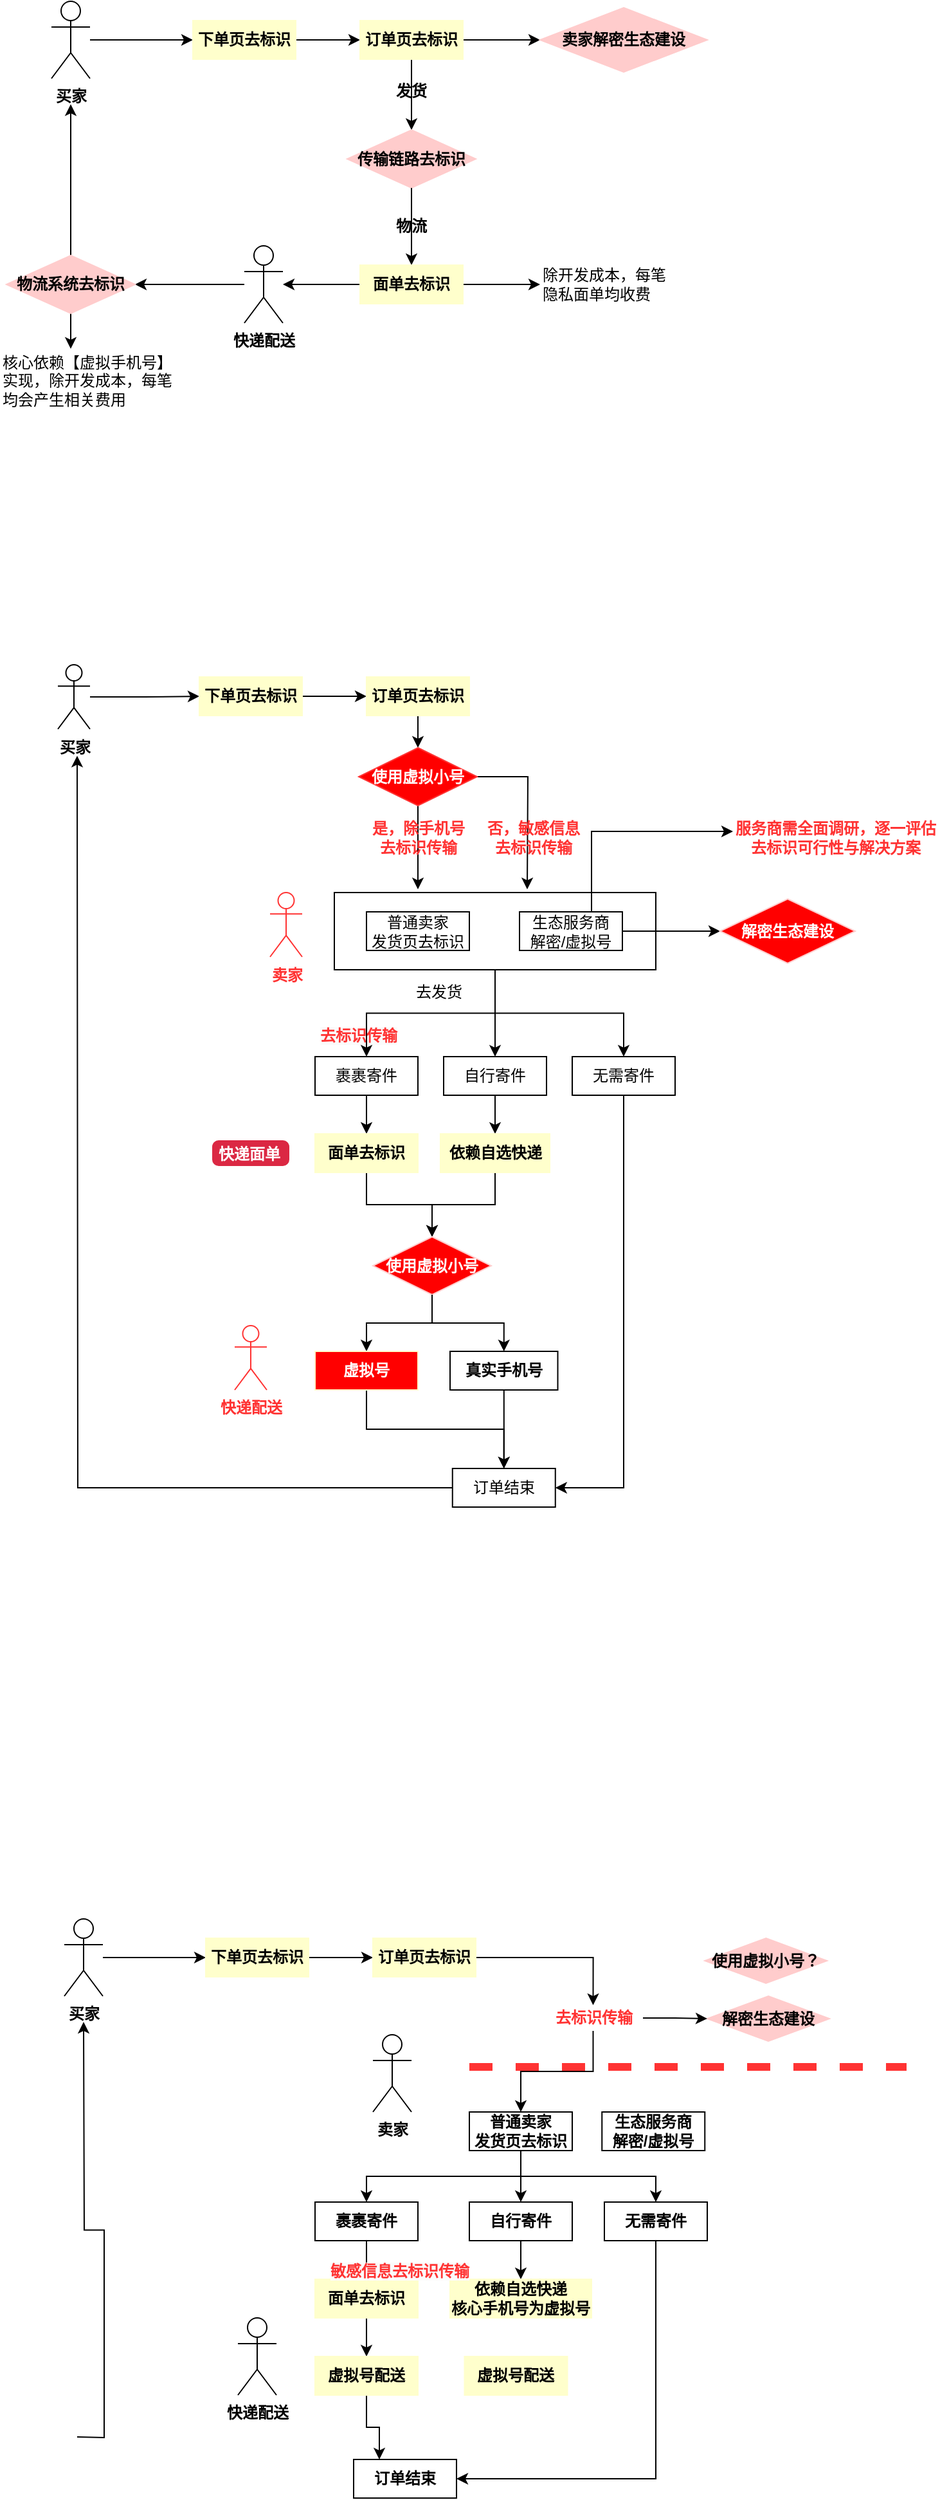
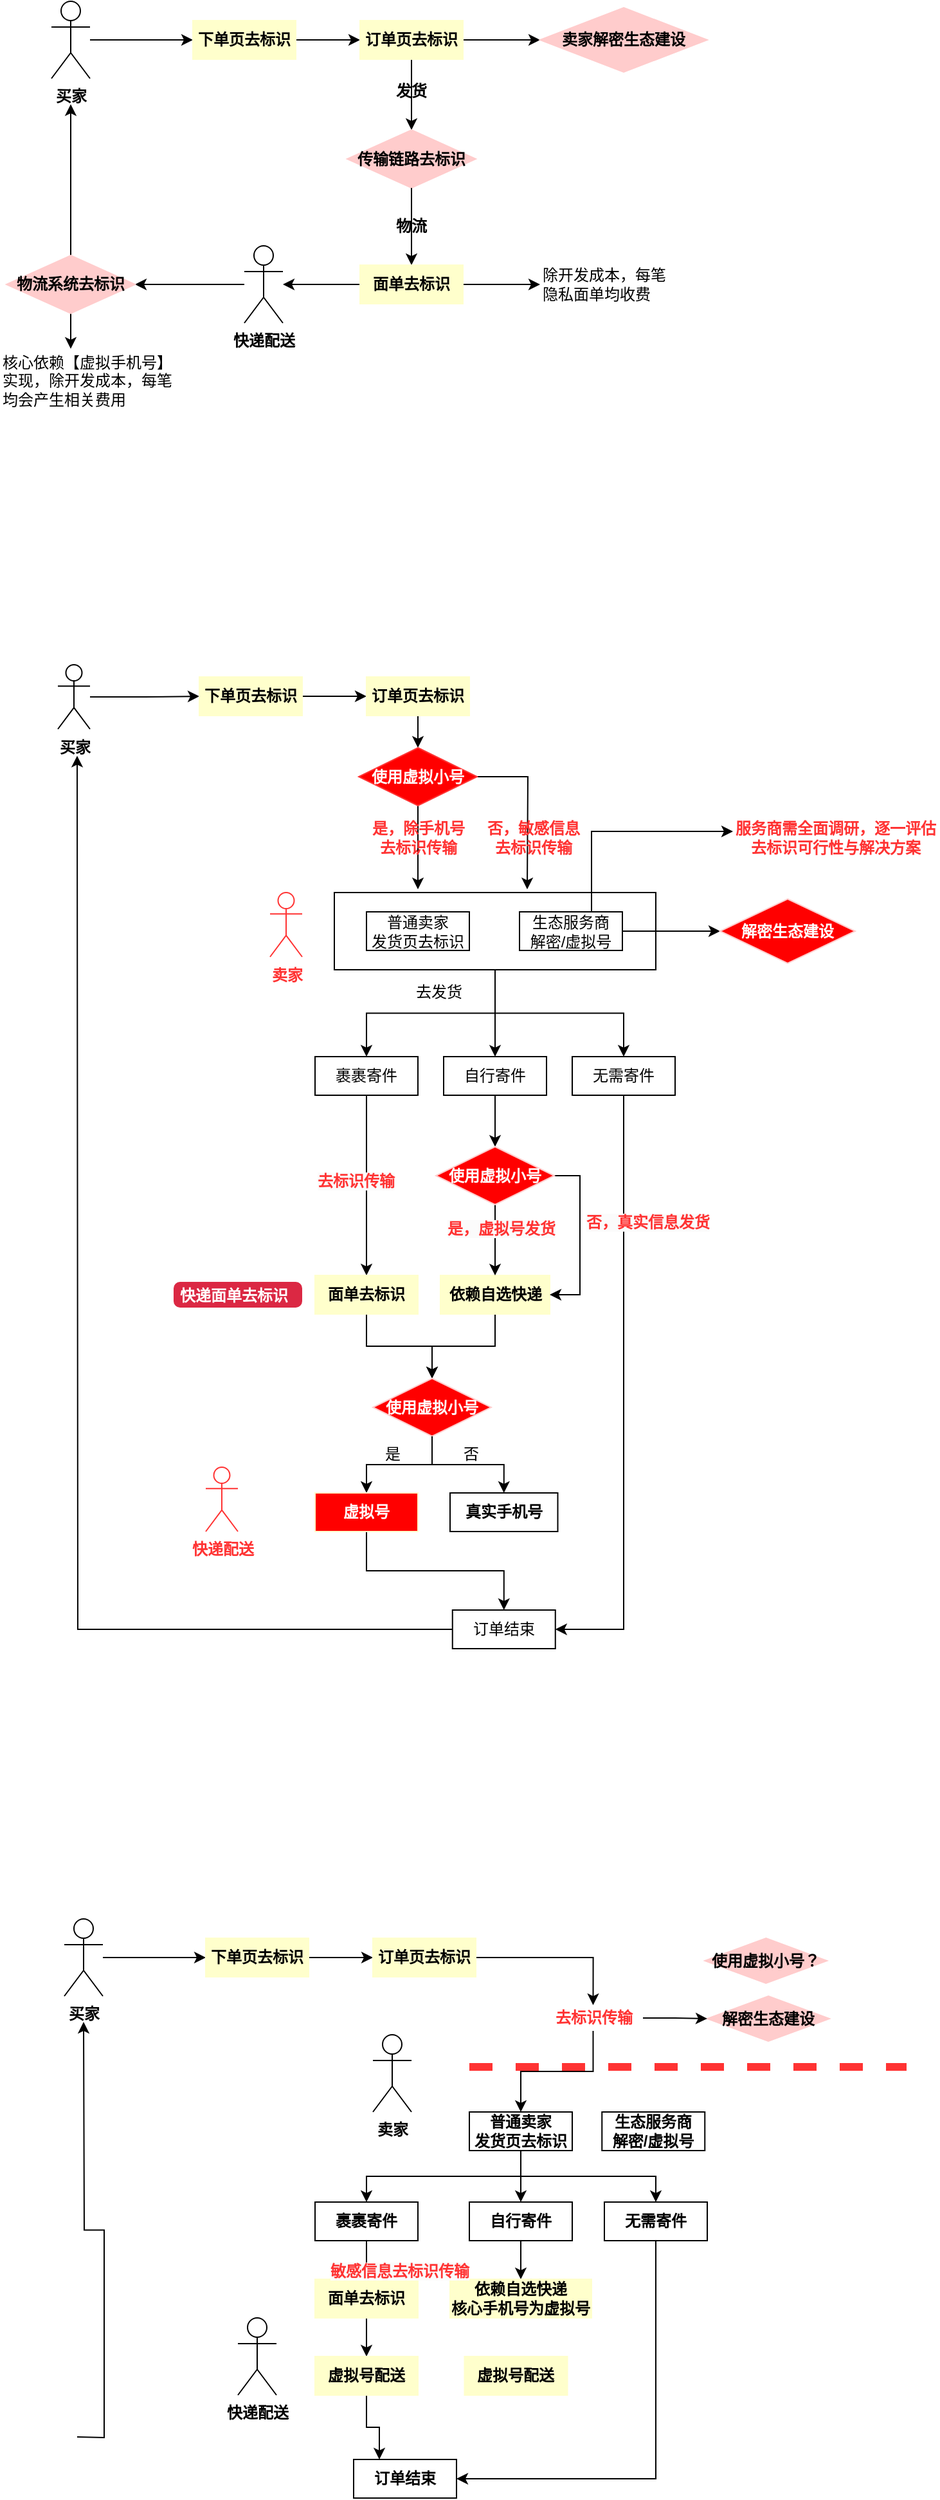
- <mxfile host="app.diagrams.net" modified="2023-04-21T11:15:40.461Z" agent="Mozilla/5.0 (Windows NT 10.0; Win64; x64) AppleWebKit/537.36 (KHTML, like Gecko) Chrome/111.0.0.0 Safari/537.36" etag="QFnE9M7NH_zGZadv02hb" version="21.1.9" type="github">
+ <mxfile host="app.diagrams.net" modified="2023-04-23T02:32:27.746Z" agent="Mozilla/5.0 (Windows NT 10.0; Win64; x64) AppleWebKit/537.36 (KHTML, like Gecko) Chrome/111.0.0.0 Safari/537.36" etag="9EcG8cEObECtFsAUSUBb" version="21.1.9" type="github">
  <diagram name="第 1 页" id="aanUVPx4WIzEpLqVYhF_">
-     <mxGraphModel dx="1591" dy="689" grid="1" gridSize="10" guides="1" tooltips="1" connect="1" arrows="1" fold="1" page="1" pageScale="1" pageWidth="827" pageHeight="1169" math="0" shadow="0">
+     <mxGraphModel dx="2585" dy="1120" grid="1" gridSize="10" guides="1" tooltips="1" connect="1" arrows="1" fold="1" page="1" pageScale="1" pageWidth="827" pageHeight="1169" math="0" shadow="0">
      <root>
        <mxCell id="0" />
        <mxCell id="1" parent="0" />
        <mxCell id="WPPz5tLrH9mSIzY0fz3E-235" value="" style="rounded=0;whiteSpace=wrap;html=1;strokeColor=#000000;" vertex="1" parent="1">
          <mxGeometry x="270" y="782.5" width="250" height="60" as="geometry" />
        </mxCell>
        <mxCell id="98otKMDiTqC_xNDXeA3z-3" style="edgeStyle=orthogonalEdgeStyle;rounded=0;orthogonalLoop=1;jettySize=auto;html=1;entryX=0;entryY=0.5;entryDx=0;entryDy=0;fontStyle=1" parent="1" source="98otKMDiTqC_xNDXeA3z-1" target="98otKMDiTqC_xNDXeA3z-2" edge="1">
          <mxGeometry relative="1" as="geometry" />
        </mxCell>
        <mxCell id="98otKMDiTqC_xNDXeA3z-1" value="买家" style="shape=umlActor;verticalLabelPosition=bottom;verticalAlign=top;html=1;outlineConnect=0;fontStyle=1" parent="1" vertex="1">
          <mxGeometry x="50" y="90" width="30" height="60" as="geometry" />
        </mxCell>
        <mxCell id="98otKMDiTqC_xNDXeA3z-6" style="edgeStyle=orthogonalEdgeStyle;rounded=0;orthogonalLoop=1;jettySize=auto;html=1;fontStyle=1" parent="1" source="98otKMDiTqC_xNDXeA3z-2" target="98otKMDiTqC_xNDXeA3z-5" edge="1">
          <mxGeometry relative="1" as="geometry" />
        </mxCell>
        <mxCell id="98otKMDiTqC_xNDXeA3z-2" value="下单页去标识" style="rounded=0;whiteSpace=wrap;html=1;fillColor=#FFFFCC;strokeColor=#FFFFCC;fontStyle=1" parent="1" vertex="1">
          <mxGeometry x="160" y="105" width="80" height="30" as="geometry" />
        </mxCell>
        <mxCell id="98otKMDiTqC_xNDXeA3z-17" value="" style="edgeStyle=orthogonalEdgeStyle;rounded=0;orthogonalLoop=1;jettySize=auto;html=1;fontStyle=1" parent="1" source="98otKMDiTqC_xNDXeA3z-5" target="98otKMDiTqC_xNDXeA3z-16" edge="1">
          <mxGeometry relative="1" as="geometry" />
        </mxCell>
        <mxCell id="98otKMDiTqC_xNDXeA3z-46" style="edgeStyle=orthogonalEdgeStyle;rounded=0;orthogonalLoop=1;jettySize=auto;html=1;entryX=0.5;entryY=0;entryDx=0;entryDy=0;exitX=0.5;exitY=1;exitDx=0;exitDy=0;fontStyle=1" parent="1" source="98otKMDiTqC_xNDXeA3z-5" target="98otKMDiTqC_xNDXeA3z-19" edge="1">
          <mxGeometry relative="1" as="geometry">
            <mxPoint x="370" y="140" as="sourcePoint" />
          </mxGeometry>
        </mxCell>
        <mxCell id="98otKMDiTqC_xNDXeA3z-5" value="订单页去标识" style="rounded=0;whiteSpace=wrap;html=1;fillColor=#FFFFCC;strokeColor=#FFFFCC;fontStyle=1" parent="1" vertex="1">
          <mxGeometry x="290" y="105" width="80" height="30" as="geometry" />
        </mxCell>
        <mxCell id="98otKMDiTqC_xNDXeA3z-16" value="卖家解密生态建设" style="rhombus;whiteSpace=wrap;html=1;rounded=0;strokeColor=#FFCCCC;fillColor=#FFCCCC;fontStyle=1" parent="1" vertex="1">
          <mxGeometry x="430" y="95" width="130" height="50" as="geometry" />
        </mxCell>
        <mxCell id="98otKMDiTqC_xNDXeA3z-19" value="传输链路去标识" style="rhombus;whiteSpace=wrap;html=1;rounded=0;strokeColor=#FFCCCC;fillColor=#FFCCCC;fontStyle=1" parent="1" vertex="1">
          <mxGeometry x="280" y="190" width="100" height="45" as="geometry" />
        </mxCell>
        <mxCell id="98otKMDiTqC_xNDXeA3z-28" style="edgeStyle=orthogonalEdgeStyle;rounded=0;orthogonalLoop=1;jettySize=auto;html=1;entryX=0.5;entryY=0;entryDx=0;entryDy=0;exitX=0.5;exitY=1;exitDx=0;exitDy=0;fontStyle=1" parent="1" source="98otKMDiTqC_xNDXeA3z-19" target="98otKMDiTqC_xNDXeA3z-27" edge="1">
          <mxGeometry relative="1" as="geometry">
            <mxPoint x="330" y="350" as="sourcePoint" />
          </mxGeometry>
        </mxCell>
        <mxCell id="98otKMDiTqC_xNDXeA3z-38" style="edgeStyle=orthogonalEdgeStyle;rounded=0;orthogonalLoop=1;jettySize=auto;html=1;fontStyle=1" parent="1" source="98otKMDiTqC_xNDXeA3z-27" target="98otKMDiTqC_xNDXeA3z-32" edge="1">
          <mxGeometry relative="1" as="geometry" />
        </mxCell>
        <mxCell id="98otKMDiTqC_xNDXeA3z-50" style="edgeStyle=orthogonalEdgeStyle;rounded=0;orthogonalLoop=1;jettySize=auto;html=1;entryX=0;entryY=0.5;entryDx=0;entryDy=0;fontStyle=1" parent="1" source="98otKMDiTqC_xNDXeA3z-27" target="98otKMDiTqC_xNDXeA3z-49" edge="1">
          <mxGeometry relative="1" as="geometry" />
        </mxCell>
        <mxCell id="98otKMDiTqC_xNDXeA3z-27" value="面单去标识" style="rounded=0;whiteSpace=wrap;html=1;fillColor=#FFFFCC;strokeColor=#FFFFCC;fontStyle=1" parent="1" vertex="1">
          <mxGeometry x="290" y="295" width="80" height="30" as="geometry" />
        </mxCell>
        <mxCell id="98otKMDiTqC_xNDXeA3z-41" style="edgeStyle=orthogonalEdgeStyle;rounded=0;orthogonalLoop=1;jettySize=auto;html=1;entryX=1;entryY=0.5;entryDx=0;entryDy=0;fontStyle=1" parent="1" source="98otKMDiTqC_xNDXeA3z-32" target="98otKMDiTqC_xNDXeA3z-39" edge="1">
          <mxGeometry relative="1" as="geometry" />
        </mxCell>
        <mxCell id="98otKMDiTqC_xNDXeA3z-32" value="快递配送" style="shape=umlActor;verticalLabelPosition=bottom;verticalAlign=top;html=1;outlineConnect=0;fontStyle=1" parent="1" vertex="1">
          <mxGeometry x="200" y="280" width="30" height="60" as="geometry" />
        </mxCell>
        <mxCell id="98otKMDiTqC_xNDXeA3z-42" style="edgeStyle=orthogonalEdgeStyle;rounded=0;orthogonalLoop=1;jettySize=auto;html=1;fontStyle=1" parent="1" source="98otKMDiTqC_xNDXeA3z-39" edge="1">
          <mxGeometry relative="1" as="geometry">
            <mxPoint x="65" y="170" as="targetPoint" />
          </mxGeometry>
        </mxCell>
        <mxCell id="98otKMDiTqC_xNDXeA3z-52" style="edgeStyle=orthogonalEdgeStyle;rounded=0;orthogonalLoop=1;jettySize=auto;html=1;exitX=0.5;exitY=1;exitDx=0;exitDy=0;fontStyle=1" parent="1" source="98otKMDiTqC_xNDXeA3z-39" edge="1">
          <mxGeometry relative="1" as="geometry">
            <mxPoint x="65" y="360" as="targetPoint" />
          </mxGeometry>
        </mxCell>
        <mxCell id="98otKMDiTqC_xNDXeA3z-39" value="&lt;div class=&quot;lake-content&quot;&gt;物流系统去标识&lt;/div&gt;" style="rhombus;whiteSpace=wrap;html=1;rounded=0;strokeColor=#FFCCCC;fillColor=#FFCCCC;fontStyle=1" parent="1" vertex="1">
          <mxGeometry x="15" y="287.5" width="100" height="45" as="geometry" />
        </mxCell>
        <mxCell id="98otKMDiTqC_xNDXeA3z-44" value="物流" style="text;html=1;strokeColor=none;fillColor=none;align=center;verticalAlign=middle;whiteSpace=wrap;rounded=0;fontStyle=1" parent="1" vertex="1">
          <mxGeometry x="300" y="250" width="60" height="30" as="geometry" />
        </mxCell>
        <mxCell id="98otKMDiTqC_xNDXeA3z-43" value="发货" style="text;html=1;strokeColor=none;fillColor=none;align=center;verticalAlign=middle;whiteSpace=wrap;rounded=0;fontStyle=1" parent="1" vertex="1">
          <mxGeometry x="300" y="145" width="60" height="30" as="geometry" />
        </mxCell>
        <mxCell id="98otKMDiTqC_xNDXeA3z-49" value="除开发成本，每笔隐私面单均收费" style="text;html=1;strokeColor=none;fillColor=none;align=left;verticalAlign=middle;whiteSpace=wrap;rounded=0;fontStyle=0" parent="1" vertex="1">
          <mxGeometry x="430" y="295" width="106" height="30" as="geometry" />
        </mxCell>
        <mxCell id="WPPz5tLrH9mSIzY0fz3E-1" style="edgeStyle=orthogonalEdgeStyle;rounded=0;orthogonalLoop=1;jettySize=auto;html=1;entryX=0;entryY=0.5;entryDx=0;entryDy=0;fontStyle=1" edge="1" parent="1" source="WPPz5tLrH9mSIzY0fz3E-2" target="WPPz5tLrH9mSIzY0fz3E-4">
          <mxGeometry relative="1" as="geometry" />
        </mxCell>
        <mxCell id="WPPz5tLrH9mSIzY0fz3E-2" value="买家" style="shape=umlActor;verticalLabelPosition=bottom;verticalAlign=top;html=1;outlineConnect=0;fontStyle=1" vertex="1" parent="1">
          <mxGeometry x="55" y="605.5" width="25" height="50" as="geometry" />
        </mxCell>
        <mxCell id="WPPz5tLrH9mSIzY0fz3E-3" style="edgeStyle=orthogonalEdgeStyle;rounded=0;orthogonalLoop=1;jettySize=auto;html=1;fontStyle=1" edge="1" parent="1" source="WPPz5tLrH9mSIzY0fz3E-4" target="WPPz5tLrH9mSIzY0fz3E-7">
          <mxGeometry relative="1" as="geometry" />
        </mxCell>
        <mxCell id="WPPz5tLrH9mSIzY0fz3E-4" value="下单页去标识" style="rounded=0;whiteSpace=wrap;html=1;fillColor=#FFFFCC;strokeColor=#FFFFCC;fontStyle=1" vertex="1" parent="1">
          <mxGeometry x="165" y="615" width="80" height="30" as="geometry" />
        </mxCell>
        <mxCell id="WPPz5tLrH9mSIzY0fz3E-227" style="edgeStyle=orthogonalEdgeStyle;rounded=0;orthogonalLoop=1;jettySize=auto;html=1;exitX=0.5;exitY=1;exitDx=0;exitDy=0;entryX=0.5;entryY=0;entryDx=0;entryDy=0;" edge="1" parent="1" source="WPPz5tLrH9mSIzY0fz3E-7" target="WPPz5tLrH9mSIzY0fz3E-226">
          <mxGeometry relative="1" as="geometry" />
        </mxCell>
        <mxCell id="WPPz5tLrH9mSIzY0fz3E-7" value="订单页去标识" style="rounded=0;whiteSpace=wrap;html=1;fillColor=#FFFFCC;strokeColor=#FFFFCC;fontStyle=1" vertex="1" parent="1">
          <mxGeometry x="295" y="615" width="80" height="30" as="geometry" />
        </mxCell>
        <mxCell id="WPPz5tLrH9mSIzY0fz3E-89" value="&lt;font color=&quot;#ff3333&quot;&gt;卖家&lt;/font&gt;" style="shape=umlActor;verticalLabelPosition=bottom;verticalAlign=top;html=1;outlineConnect=0;fontStyle=1;strokeColor=#FF3333;" vertex="1" parent="1">
          <mxGeometry x="220" y="782.5" width="25" height="50" as="geometry" />
        </mxCell>
        <mxCell id="WPPz5tLrH9mSIzY0fz3E-141" style="edgeStyle=orthogonalEdgeStyle;rounded=0;orthogonalLoop=1;jettySize=auto;html=1;exitX=0.5;exitY=1;exitDx=0;exitDy=0;entryX=0.5;entryY=0;entryDx=0;entryDy=0;" edge="1" parent="1" source="WPPz5tLrH9mSIzY0fz3E-257" target="WPPz5tLrH9mSIzY0fz3E-261">
          <mxGeometry relative="1" as="geometry">
            <mxPoint x="300" y="1050" as="sourcePoint" />
            <mxPoint x="300" y="1080" as="targetPoint" />
          </mxGeometry>
        </mxCell>
        <mxCell id="WPPz5tLrH9mSIzY0fz3E-286" style="edgeStyle=orthogonalEdgeStyle;rounded=0;orthogonalLoop=1;jettySize=auto;html=1;" edge="1" parent="1" source="WPPz5tLrH9mSIzY0fz3E-128">
          <mxGeometry relative="1" as="geometry">
            <mxPoint x="70" y="676.1904761904761" as="targetPoint" />
          </mxGeometry>
        </mxCell>
        <mxCell id="WPPz5tLrH9mSIzY0fz3E-128" value="订单结束" style="rounded=0;whiteSpace=wrap;html=1;fillColor=none;strokeColor=#000000;fontStyle=0" vertex="1" parent="1">
-           <mxGeometry x="361.88" y="1230" width="80" height="30" as="geometry" />
+           <mxGeometry x="361.88" y="1340" width="80" height="30" as="geometry" />
        </mxCell>
        <mxCell id="WPPz5tLrH9mSIzY0fz3E-142" style="edgeStyle=orthogonalEdgeStyle;rounded=0;orthogonalLoop=1;jettySize=auto;html=1;exitX=0.5;exitY=1;exitDx=0;exitDy=0;entryX=0.5;entryY=0;entryDx=0;entryDy=0;" edge="1" parent="1" source="WPPz5tLrH9mSIzY0fz3E-261" target="WPPz5tLrH9mSIzY0fz3E-136">
          <mxGeometry relative="1" as="geometry">
            <mxPoint x="300" y="1110" as="sourcePoint" />
          </mxGeometry>
        </mxCell>
        <mxCell id="WPPz5tLrH9mSIzY0fz3E-283" style="edgeStyle=orthogonalEdgeStyle;rounded=0;orthogonalLoop=1;jettySize=auto;html=1;exitX=0.5;exitY=1;exitDx=0;exitDy=0;entryX=0.5;entryY=0;entryDx=0;entryDy=0;" edge="1" parent="1" source="WPPz5tLrH9mSIzY0fz3E-136" target="WPPz5tLrH9mSIzY0fz3E-128">
          <mxGeometry relative="1" as="geometry" />
        </mxCell>
        <mxCell id="WPPz5tLrH9mSIzY0fz3E-136" value="&lt;font color=&quot;#ffffff&quot;&gt;虚拟号&lt;/font&gt;" style="rounded=0;whiteSpace=wrap;html=1;fillColor=#FF0000;strokeColor=#FFFFCC;fontStyle=1" vertex="1" parent="1">
-           <mxGeometry x="255" y="1139" width="80" height="30" as="geometry" />
-         </mxCell>
-         <mxCell id="WPPz5tLrH9mSIzY0fz3E-284" style="edgeStyle=orthogonalEdgeStyle;rounded=0;orthogonalLoop=1;jettySize=auto;html=1;" edge="1" parent="1" source="WPPz5tLrH9mSIzY0fz3E-139">
-           <mxGeometry relative="1" as="geometry">
-             <mxPoint x="401.875" y="1230" as="targetPoint" />
-           </mxGeometry>
+           <mxGeometry x="255" y="1249" width="80" height="30" as="geometry" />
        </mxCell>
        <mxCell id="WPPz5tLrH9mSIzY0fz3E-139" value="真实手机号" style="rounded=0;whiteSpace=wrap;html=1;fillColor=none;strokeColor=#000000;fontStyle=1" vertex="1" parent="1">
-           <mxGeometry x="360" y="1139" width="83.75" height="30" as="geometry" />
-         </mxCell>
-         <mxCell id="WPPz5tLrH9mSIzY0fz3E-143" value="&lt;span style=&quot;color: rgb(255, 51, 51); font-family: Helvetica; font-size: 12px; font-style: normal; font-variant-ligatures: normal; font-variant-caps: normal; font-weight: 700; letter-spacing: normal; orphans: 2; text-align: center; text-indent: 0px; text-transform: none; widows: 2; word-spacing: 0px; -webkit-text-stroke-width: 0px; background-color: rgb(251, 251, 251); text-decoration-thickness: initial; text-decoration-style: initial; text-decoration-color: initial; float: none; display: inline !important;&quot;&gt;去标识传输&lt;/span&gt;" style="text;whiteSpace=wrap;html=1;" vertex="1" parent="1">
-           <mxGeometry x="257" y="880" width="110" height="20" as="geometry" />
+           <mxGeometry x="360" y="1249" width="83.75" height="30" as="geometry" />
        </mxCell>
        <mxCell id="WPPz5tLrH9mSIzY0fz3E-182" style="edgeStyle=orthogonalEdgeStyle;rounded=0;orthogonalLoop=1;jettySize=auto;html=1;entryX=0;entryY=0.5;entryDx=0;entryDy=0;fontStyle=1" edge="1" parent="1" source="WPPz5tLrH9mSIzY0fz3E-183" target="WPPz5tLrH9mSIzY0fz3E-185">
          <mxGeometry relative="1" as="geometry" />
        </mxCell>
        <mxCell id="WPPz5tLrH9mSIzY0fz3E-183" value="买家" style="shape=umlActor;verticalLabelPosition=bottom;verticalAlign=top;html=1;outlineConnect=0;fontStyle=1" vertex="1" parent="1">
          <mxGeometry x="60" y="1580" width="30" height="60" as="geometry" />
        </mxCell>
        <mxCell id="WPPz5tLrH9mSIzY0fz3E-184" style="edgeStyle=orthogonalEdgeStyle;rounded=0;orthogonalLoop=1;jettySize=auto;html=1;fontStyle=1" edge="1" parent="1" source="WPPz5tLrH9mSIzY0fz3E-185" target="WPPz5tLrH9mSIzY0fz3E-187">
          <mxGeometry relative="1" as="geometry" />
        </mxCell>
        <mxCell id="WPPz5tLrH9mSIzY0fz3E-185" value="下单页去标识" style="rounded=0;whiteSpace=wrap;html=1;fillColor=#FFFFCC;strokeColor=#FFFFCC;fontStyle=1" vertex="1" parent="1">
          <mxGeometry x="170" y="1595" width="80" height="30" as="geometry" />
        </mxCell>
        <mxCell id="WPPz5tLrH9mSIzY0fz3E-186" style="edgeStyle=orthogonalEdgeStyle;rounded=0;orthogonalLoop=1;jettySize=auto;html=1;entryX=0.5;entryY=0;entryDx=0;entryDy=0;" edge="1" parent="1" source="WPPz5tLrH9mSIzY0fz3E-187" target="WPPz5tLrH9mSIzY0fz3E-198">
          <mxGeometry relative="1" as="geometry">
            <mxPoint x="470" y="1590" as="targetPoint" />
          </mxGeometry>
        </mxCell>
        <mxCell id="WPPz5tLrH9mSIzY0fz3E-187" value="订单页去标识" style="rounded=0;whiteSpace=wrap;html=1;fillColor=#FFFFCC;strokeColor=#FFFFCC;fontStyle=1" vertex="1" parent="1">
          <mxGeometry x="300" y="1595" width="80" height="30" as="geometry" />
        </mxCell>
        <mxCell id="WPPz5tLrH9mSIzY0fz3E-188" style="edgeStyle=orthogonalEdgeStyle;rounded=0;orthogonalLoop=1;jettySize=auto;html=1;fontStyle=1" edge="1" parent="1">
          <mxGeometry relative="1" as="geometry">
            <mxPoint x="75" y="1660" as="targetPoint" />
            <mxPoint x="70" y="1982.5" as="sourcePoint" />
          </mxGeometry>
        </mxCell>
        <mxCell id="WPPz5tLrH9mSIzY0fz3E-189" value="解密生态建设" style="rhombus;whiteSpace=wrap;html=1;rounded=0;strokeColor=#FFCCCC;fillColor=#FFCCCC;fontStyle=1" vertex="1" parent="1">
          <mxGeometry x="560" y="1640" width="95" height="35" as="geometry" />
        </mxCell>
        <mxCell id="WPPz5tLrH9mSIzY0fz3E-190" value="" style="endArrow=none;dashed=1;html=1;rounded=0;strokeColor=#FF3333;shadow=0;fillColor=#FF3333;strokeWidth=6;" edge="1" parent="1">
          <mxGeometry width="50" height="50" relative="1" as="geometry">
            <mxPoint x="375" y="1695" as="sourcePoint" />
            <mxPoint x="715" y="1695" as="targetPoint" />
          </mxGeometry>
        </mxCell>
        <mxCell id="WPPz5tLrH9mSIzY0fz3E-191" value="卖家" style="shape=umlActor;verticalLabelPosition=bottom;verticalAlign=top;html=1;outlineConnect=0;fontStyle=1" vertex="1" parent="1">
          <mxGeometry x="300" y="1670" width="30" height="60" as="geometry" />
        </mxCell>
        <mxCell id="WPPz5tLrH9mSIzY0fz3E-192" value="生态服务商&lt;br&gt;解密/虚拟号" style="rounded=0;whiteSpace=wrap;html=1;fillColor=none;strokeColor=#000000;fontStyle=1" vertex="1" parent="1">
          <mxGeometry x="478.13" y="1730" width="80" height="30" as="geometry" />
        </mxCell>
        <mxCell id="WPPz5tLrH9mSIzY0fz3E-197" style="edgeStyle=orthogonalEdgeStyle;rounded=0;orthogonalLoop=1;jettySize=auto;html=1;entryX=0.5;entryY=0;entryDx=0;entryDy=0;" edge="1" parent="1" source="WPPz5tLrH9mSIzY0fz3E-198" target="WPPz5tLrH9mSIzY0fz3E-204">
          <mxGeometry relative="1" as="geometry" />
        </mxCell>
        <mxCell id="WPPz5tLrH9mSIzY0fz3E-220" style="edgeStyle=orthogonalEdgeStyle;rounded=0;orthogonalLoop=1;jettySize=auto;html=1;entryX=0;entryY=0.5;entryDx=0;entryDy=0;" edge="1" parent="1" source="WPPz5tLrH9mSIzY0fz3E-198" target="WPPz5tLrH9mSIzY0fz3E-189">
          <mxGeometry relative="1" as="geometry" />
        </mxCell>
        <mxCell id="WPPz5tLrH9mSIzY0fz3E-198" value="&lt;font color=&quot;#ff3333&quot;&gt;去标识传输&lt;/font&gt;" style="text;html=1;strokeColor=none;fillColor=none;align=center;verticalAlign=middle;whiteSpace=wrap;rounded=0;fontStyle=1" vertex="1" parent="1">
          <mxGeometry x="432.5" y="1647" width="77.5" height="20" as="geometry" />
        </mxCell>
        <mxCell id="WPPz5tLrH9mSIzY0fz3E-201" style="edgeStyle=orthogonalEdgeStyle;rounded=0;orthogonalLoop=1;jettySize=auto;html=1;exitX=0.5;exitY=1;exitDx=0;exitDy=0;entryX=0.5;entryY=0;entryDx=0;entryDy=0;" edge="1" parent="1" source="WPPz5tLrH9mSIzY0fz3E-204" target="WPPz5tLrH9mSIzY0fz3E-206">
          <mxGeometry relative="1" as="geometry">
            <mxPoint x="355" y="1800" as="targetPoint" />
          </mxGeometry>
        </mxCell>
        <mxCell id="WPPz5tLrH9mSIzY0fz3E-202" style="edgeStyle=orthogonalEdgeStyle;rounded=0;orthogonalLoop=1;jettySize=auto;html=1;exitX=0.5;exitY=1;exitDx=0;exitDy=0;" edge="1" parent="1" source="WPPz5tLrH9mSIzY0fz3E-204" target="WPPz5tLrH9mSIzY0fz3E-208">
          <mxGeometry relative="1" as="geometry" />
        </mxCell>
        <mxCell id="WPPz5tLrH9mSIzY0fz3E-203" style="edgeStyle=orthogonalEdgeStyle;rounded=0;orthogonalLoop=1;jettySize=auto;html=1;exitX=0.5;exitY=1;exitDx=0;exitDy=0;entryX=0.5;entryY=0;entryDx=0;entryDy=0;" edge="1" parent="1" source="WPPz5tLrH9mSIzY0fz3E-204" target="WPPz5tLrH9mSIzY0fz3E-210">
          <mxGeometry relative="1" as="geometry" />
        </mxCell>
        <mxCell id="WPPz5tLrH9mSIzY0fz3E-204" value="普通卖家&lt;br&gt;发货页去标识" style="rounded=0;whiteSpace=wrap;html=1;fillColor=none;strokeColor=#000000;fontStyle=1" vertex="1" parent="1">
          <mxGeometry x="375" y="1730" width="80" height="30" as="geometry" />
        </mxCell>
        <mxCell id="WPPz5tLrH9mSIzY0fz3E-205" style="edgeStyle=orthogonalEdgeStyle;rounded=0;orthogonalLoop=1;jettySize=auto;html=1;exitX=0.5;exitY=1;exitDx=0;exitDy=0;entryX=0.5;entryY=0;entryDx=0;entryDy=0;" edge="1" parent="1" source="WPPz5tLrH9mSIzY0fz3E-206" target="WPPz5tLrH9mSIzY0fz3E-213">
          <mxGeometry relative="1" as="geometry" />
        </mxCell>
        <mxCell id="WPPz5tLrH9mSIzY0fz3E-206" value="裹裹寄件" style="rounded=0;whiteSpace=wrap;html=1;fillColor=none;strokeColor=#000000;fontStyle=1" vertex="1" parent="1">
          <mxGeometry x="255" y="1800" width="80" height="30" as="geometry" />
        </mxCell>
        <mxCell id="WPPz5tLrH9mSIzY0fz3E-207" style="edgeStyle=orthogonalEdgeStyle;rounded=0;orthogonalLoop=1;jettySize=auto;html=1;exitX=0.5;exitY=1;exitDx=0;exitDy=0;entryX=0.5;entryY=0;entryDx=0;entryDy=0;" edge="1" parent="1" source="WPPz5tLrH9mSIzY0fz3E-208" target="WPPz5tLrH9mSIzY0fz3E-217">
          <mxGeometry relative="1" as="geometry" />
        </mxCell>
        <mxCell id="WPPz5tLrH9mSIzY0fz3E-208" value="自行寄件" style="rounded=0;whiteSpace=wrap;html=1;fillColor=none;strokeColor=#000000;fontStyle=1" vertex="1" parent="1">
          <mxGeometry x="375" y="1800" width="80" height="30" as="geometry" />
        </mxCell>
        <mxCell id="WPPz5tLrH9mSIzY0fz3E-209" style="edgeStyle=orthogonalEdgeStyle;rounded=0;orthogonalLoop=1;jettySize=auto;html=1;entryX=1;entryY=0.5;entryDx=0;entryDy=0;exitX=0.5;exitY=1;exitDx=0;exitDy=0;" edge="1" parent="1" source="WPPz5tLrH9mSIzY0fz3E-210" target="WPPz5tLrH9mSIzY0fz3E-211">
          <mxGeometry relative="1" as="geometry">
            <mxPoint x="520" y="1990" as="targetPoint" />
          </mxGeometry>
        </mxCell>
        <mxCell id="WPPz5tLrH9mSIzY0fz3E-210" value="无需寄件" style="rounded=0;whiteSpace=wrap;html=1;fillColor=none;strokeColor=#000000;fontStyle=1" vertex="1" parent="1">
          <mxGeometry x="480" y="1800" width="80" height="30" as="geometry" />
        </mxCell>
        <mxCell id="WPPz5tLrH9mSIzY0fz3E-211" value="订单结束" style="rounded=0;whiteSpace=wrap;html=1;fillColor=none;strokeColor=#000000;fontStyle=1" vertex="1" parent="1">
          <mxGeometry x="285" y="2000" width="80" height="30" as="geometry" />
        </mxCell>
        <mxCell id="WPPz5tLrH9mSIzY0fz3E-212" style="edgeStyle=orthogonalEdgeStyle;rounded=0;orthogonalLoop=1;jettySize=auto;html=1;exitX=0.5;exitY=1;exitDx=0;exitDy=0;entryX=0.5;entryY=0;entryDx=0;entryDy=0;" edge="1" parent="1" source="WPPz5tLrH9mSIzY0fz3E-213" target="WPPz5tLrH9mSIzY0fz3E-216">
          <mxGeometry relative="1" as="geometry" />
        </mxCell>
        <mxCell id="WPPz5tLrH9mSIzY0fz3E-213" value="面单去标识" style="rounded=0;whiteSpace=wrap;html=1;fillColor=#FFFFCC;strokeColor=#FFFFCC;fontStyle=1" vertex="1" parent="1">
          <mxGeometry x="255" y="1860" width="80" height="30" as="geometry" />
        </mxCell>
        <mxCell id="WPPz5tLrH9mSIzY0fz3E-214" value="快递配送" style="shape=umlActor;verticalLabelPosition=bottom;verticalAlign=top;html=1;outlineConnect=0;fontStyle=1" vertex="1" parent="1">
          <mxGeometry x="195" y="1890" width="30" height="60" as="geometry" />
        </mxCell>
        <mxCell id="WPPz5tLrH9mSIzY0fz3E-215" style="edgeStyle=orthogonalEdgeStyle;rounded=0;orthogonalLoop=1;jettySize=auto;html=1;exitX=0.5;exitY=1;exitDx=0;exitDy=0;entryX=0.25;entryY=0;entryDx=0;entryDy=0;" edge="1" parent="1" source="WPPz5tLrH9mSIzY0fz3E-216" target="WPPz5tLrH9mSIzY0fz3E-211">
          <mxGeometry relative="1" as="geometry" />
        </mxCell>
        <mxCell id="WPPz5tLrH9mSIzY0fz3E-216" value="虚拟号配送" style="rounded=0;whiteSpace=wrap;html=1;fillColor=#FFFFCC;strokeColor=#FFFFCC;fontStyle=1" vertex="1" parent="1">
          <mxGeometry x="255" y="1920" width="80" height="30" as="geometry" />
        </mxCell>
        <mxCell id="WPPz5tLrH9mSIzY0fz3E-217" value="依赖自选快递&lt;br&gt;核心手机号为虚拟号" style="rounded=0;whiteSpace=wrap;html=1;fillColor=#FFFFCC;strokeColor=#FFFFCC;fontStyle=1" vertex="1" parent="1">
          <mxGeometry x="360" y="1860" width="110" height="30" as="geometry" />
        </mxCell>
        <mxCell id="WPPz5tLrH9mSIzY0fz3E-218" value="虚拟号配送" style="rounded=0;whiteSpace=wrap;html=1;fillColor=#FFFFCC;strokeColor=#FFFFCC;fontStyle=1" vertex="1" parent="1">
          <mxGeometry x="371.25" y="1920" width="80" height="30" as="geometry" />
        </mxCell>
        <mxCell id="WPPz5tLrH9mSIzY0fz3E-219" value="&lt;span style=&quot;color: rgb(255, 51, 51); font-family: Helvetica; font-size: 12px; font-style: normal; font-variant-ligatures: normal; font-variant-caps: normal; font-weight: 700; letter-spacing: normal; orphans: 2; text-align: center; text-indent: 0px; text-transform: none; widows: 2; word-spacing: 0px; -webkit-text-stroke-width: 0px; background-color: rgb(251, 251, 251); text-decoration-thickness: initial; text-decoration-style: initial; text-decoration-color: initial; float: none; display: inline !important;&quot;&gt;敏感信息去标识传输&lt;/span&gt;" style="text;whiteSpace=wrap;html=1;" vertex="1" parent="1">
          <mxGeometry x="265" y="1840" width="140" height="40" as="geometry" />
        </mxCell>
        <mxCell id="WPPz5tLrH9mSIzY0fz3E-222" value="使用虚拟小号？" style="rhombus;whiteSpace=wrap;html=1;rounded=0;strokeColor=#FFCCCC;fillColor=#FFCCCC;fontStyle=1" vertex="1" parent="1">
          <mxGeometry x="558.13" y="1595" width="95" height="35" as="geometry" />
        </mxCell>
-         <mxCell id="WPPz5tLrH9mSIzY0fz3E-224" value="&lt;font style=&quot;font-size: 12px;&quot;&gt;快递面单&lt;/font&gt;" style="html=1;shadow=0;dashed=0;shape=mxgraph.bootstrap.rrect;rSize=5;strokeColor=none;strokeWidth=1;fillColor=#DB2843;fontColor=#FFFFFF;whiteSpace=wrap;align=left;verticalAlign=middle;spacingLeft=0;fontStyle=1;fontSize=14;spacing=5;" vertex="1" parent="1">
-           <mxGeometry x="175" y="975" width="60" height="20" as="geometry" />
+         <mxCell id="WPPz5tLrH9mSIzY0fz3E-224" value="&lt;font style=&quot;font-size: 12px;&quot;&gt;快递面单去标识&lt;/font&gt;" style="html=1;shadow=0;dashed=0;shape=mxgraph.bootstrap.rrect;rSize=5;strokeColor=none;strokeWidth=1;fillColor=#DB2843;fontColor=#FFFFFF;whiteSpace=wrap;align=left;verticalAlign=middle;spacingLeft=0;fontStyle=1;fontSize=14;spacing=5;" vertex="1" parent="1">
+           <mxGeometry x="145" y="1085" width="100" height="20" as="geometry" />
        </mxCell>
        <mxCell id="WPPz5tLrH9mSIzY0fz3E-228" style="edgeStyle=orthogonalEdgeStyle;rounded=0;orthogonalLoop=1;jettySize=auto;html=1;" edge="1" parent="1" source="WPPz5tLrH9mSIzY0fz3E-226">
          <mxGeometry relative="1" as="geometry">
            <mxPoint x="335" y="780" as="targetPoint" />
          </mxGeometry>
        </mxCell>
        <mxCell id="WPPz5tLrH9mSIzY0fz3E-232" style="edgeStyle=orthogonalEdgeStyle;rounded=0;orthogonalLoop=1;jettySize=auto;html=1;" edge="1" parent="1" source="WPPz5tLrH9mSIzY0fz3E-226">
          <mxGeometry relative="1" as="geometry">
            <mxPoint x="420" y="780" as="targetPoint" />
          </mxGeometry>
        </mxCell>
        <mxCell id="WPPz5tLrH9mSIzY0fz3E-226" value="&lt;font color=&quot;#ffffff&quot;&gt;使用虚拟小号&lt;/font&gt;" style="rhombus;whiteSpace=wrap;html=1;rounded=0;strokeColor=#FF3333;fillColor=#FF0000;fontStyle=1" vertex="1" parent="1">
          <mxGeometry x="289" y="670" width="92" height="45" as="geometry" />
        </mxCell>
        <mxCell id="WPPz5tLrH9mSIzY0fz3E-231" value="&lt;font color=&quot;#ff3333&quot;&gt;是，除手机号去标识传输&lt;/font&gt;" style="text;html=1;strokeColor=none;fillColor=none;align=center;verticalAlign=middle;whiteSpace=wrap;rounded=0;fontStyle=1" vertex="1" parent="1">
          <mxGeometry x="293.5" y="730" width="83" height="20" as="geometry" />
        </mxCell>
        <mxCell id="WPPz5tLrH9mSIzY0fz3E-233" value="&lt;font color=&quot;#ff3333&quot;&gt;否，敏感信息去标识传输&lt;/font&gt;" style="text;html=1;strokeColor=none;fillColor=none;align=center;verticalAlign=middle;whiteSpace=wrap;rounded=0;fontStyle=1" vertex="1" parent="1">
          <mxGeometry x="385" y="730" width="80" height="20" as="geometry" />
        </mxCell>
        <mxCell id="WPPz5tLrH9mSIzY0fz3E-249" style="edgeStyle=orthogonalEdgeStyle;rounded=0;orthogonalLoop=1;jettySize=auto;html=1;exitX=0.5;exitY=1;exitDx=0;exitDy=0;entryX=0.5;entryY=0;entryDx=0;entryDy=0;" edge="1" parent="1" source="WPPz5tLrH9mSIzY0fz3E-235" target="WPPz5tLrH9mSIzY0fz3E-247">
          <mxGeometry relative="1" as="geometry" />
        </mxCell>
        <mxCell id="WPPz5tLrH9mSIzY0fz3E-236" value="普通卖家&lt;br&gt;发货页去标识" style="rounded=0;whiteSpace=wrap;html=1;fillColor=none;strokeColor=#000000;fontStyle=0" vertex="1" parent="1">
          <mxGeometry x="295" y="797.5" width="80" height="30" as="geometry" />
        </mxCell>
        <mxCell id="WPPz5tLrH9mSIzY0fz3E-239" style="edgeStyle=orthogonalEdgeStyle;rounded=0;orthogonalLoop=1;jettySize=auto;html=1;entryX=0;entryY=0.5;entryDx=0;entryDy=0;" edge="1" parent="1" source="WPPz5tLrH9mSIzY0fz3E-237" target="WPPz5tLrH9mSIzY0fz3E-238">
          <mxGeometry relative="1" as="geometry" />
        </mxCell>
        <mxCell id="WPPz5tLrH9mSIzY0fz3E-288" style="edgeStyle=orthogonalEdgeStyle;rounded=0;orthogonalLoop=1;jettySize=auto;html=1;entryX=0;entryY=0.25;entryDx=0;entryDy=0;exitX=0.5;exitY=0;exitDx=0;exitDy=0;" edge="1" parent="1" source="WPPz5tLrH9mSIzY0fz3E-237" target="WPPz5tLrH9mSIzY0fz3E-287">
          <mxGeometry relative="1" as="geometry">
            <Array as="points">
              <mxPoint x="470" y="797" />
              <mxPoint x="470" y="735" />
            </Array>
          </mxGeometry>
        </mxCell>
        <mxCell id="WPPz5tLrH9mSIzY0fz3E-237" value="生态服务商&lt;br&gt;解密/虚拟号" style="rounded=0;whiteSpace=wrap;html=1;fillColor=none;strokeColor=#000000;fontStyle=0" vertex="1" parent="1">
          <mxGeometry x="414" y="797.5" width="80" height="30" as="geometry" />
        </mxCell>
        <mxCell id="WPPz5tLrH9mSIzY0fz3E-238" value="&lt;font color=&quot;#ffffff&quot;&gt;解密生态建设&lt;/font&gt;" style="rhombus;whiteSpace=wrap;html=1;rounded=0;strokeColor=#FFCCCC;fillColor=#FF0000;fontStyle=1" vertex="1" parent="1">
          <mxGeometry x="570" y="787.5" width="105" height="50" as="geometry" />
        </mxCell>
        <mxCell id="WPPz5tLrH9mSIzY0fz3E-259" style="edgeStyle=orthogonalEdgeStyle;rounded=0;orthogonalLoop=1;jettySize=auto;html=1;exitX=0.5;exitY=1;exitDx=0;exitDy=0;entryX=0.5;entryY=0;entryDx=0;entryDy=0;" edge="1" parent="1" source="WPPz5tLrH9mSIzY0fz3E-245" target="WPPz5tLrH9mSIzY0fz3E-257">
          <mxGeometry relative="1" as="geometry" />
        </mxCell>
        <mxCell id="WPPz5tLrH9mSIzY0fz3E-245" value="裹裹寄件" style="rounded=0;whiteSpace=wrap;html=1;fillColor=none;strokeColor=#000000;fontStyle=0" vertex="1" parent="1">
          <mxGeometry x="255" y="910" width="80" height="30" as="geometry" />
        </mxCell>
-         <mxCell id="WPPz5tLrH9mSIzY0fz3E-260" style="edgeStyle=orthogonalEdgeStyle;rounded=0;orthogonalLoop=1;jettySize=auto;html=1;entryX=0.5;entryY=0;entryDx=0;entryDy=0;" edge="1" parent="1" source="WPPz5tLrH9mSIzY0fz3E-246" target="WPPz5tLrH9mSIzY0fz3E-258">
+         <mxCell id="WPPz5tLrH9mSIzY0fz3E-292" style="edgeStyle=orthogonalEdgeStyle;rounded=0;orthogonalLoop=1;jettySize=auto;html=1;entryX=0.5;entryY=0;entryDx=0;entryDy=0;" edge="1" parent="1" source="WPPz5tLrH9mSIzY0fz3E-246" target="WPPz5tLrH9mSIzY0fz3E-291">
          <mxGeometry relative="1" as="geometry" />
        </mxCell>
        <mxCell id="WPPz5tLrH9mSIzY0fz3E-246" value="自行寄件" style="rounded=0;whiteSpace=wrap;html=1;fillColor=none;strokeColor=#000000;fontStyle=0" vertex="1" parent="1">
          <mxGeometry x="355" y="910" width="80" height="30" as="geometry" />
        </mxCell>
        <mxCell id="WPPz5tLrH9mSIzY0fz3E-285" style="edgeStyle=orthogonalEdgeStyle;rounded=0;orthogonalLoop=1;jettySize=auto;html=1;entryX=1;entryY=0.5;entryDx=0;entryDy=0;exitX=0.5;exitY=1;exitDx=0;exitDy=0;" edge="1" parent="1" source="WPPz5tLrH9mSIzY0fz3E-247" target="WPPz5tLrH9mSIzY0fz3E-128">
          <mxGeometry relative="1" as="geometry" />
        </mxCell>
        <mxCell id="WPPz5tLrH9mSIzY0fz3E-247" value="无需寄件" style="rounded=0;whiteSpace=wrap;html=1;fillColor=none;strokeColor=#000000;fontStyle=0" vertex="1" parent="1">
          <mxGeometry x="455" y="910" width="80" height="30" as="geometry" />
        </mxCell>
        <mxCell id="WPPz5tLrH9mSIzY0fz3E-250" style="edgeStyle=orthogonalEdgeStyle;rounded=0;orthogonalLoop=1;jettySize=auto;html=1;exitX=0.5;exitY=1;exitDx=0;exitDy=0;entryX=0.5;entryY=0;entryDx=0;entryDy=0;" edge="1" parent="1" source="WPPz5tLrH9mSIzY0fz3E-235" target="WPPz5tLrH9mSIzY0fz3E-245">
          <mxGeometry relative="1" as="geometry">
            <mxPoint x="365" y="837.5" as="sourcePoint" />
            <mxPoint x="550" y="912.5" as="targetPoint" />
          </mxGeometry>
        </mxCell>
        <mxCell id="WPPz5tLrH9mSIzY0fz3E-252" style="edgeStyle=orthogonalEdgeStyle;rounded=0;orthogonalLoop=1;jettySize=auto;html=1;exitX=0.5;exitY=1;exitDx=0;exitDy=0;entryX=0.5;entryY=0;entryDx=0;entryDy=0;" edge="1" parent="1" source="WPPz5tLrH9mSIzY0fz3E-235" target="WPPz5tLrH9mSIzY0fz3E-246">
          <mxGeometry relative="1" as="geometry">
            <mxPoint x="345" y="837.5" as="sourcePoint" />
            <mxPoint x="320" y="912.5" as="targetPoint" />
          </mxGeometry>
        </mxCell>
        <mxCell id="WPPz5tLrH9mSIzY0fz3E-256" value="去发货" style="text;html=1;strokeColor=none;fillColor=none;align=center;verticalAlign=middle;whiteSpace=wrap;rounded=0;fontStyle=0" vertex="1" parent="1">
          <mxGeometry x="310" y="850" width="83" height="20" as="geometry" />
        </mxCell>
        <mxCell id="WPPz5tLrH9mSIzY0fz3E-257" value="面单去标识" style="rounded=0;whiteSpace=wrap;html=1;fillColor=#FFFFCC;strokeColor=#FFFFCC;fontStyle=1" vertex="1" parent="1">
-           <mxGeometry x="255" y="970" width="80" height="30" as="geometry" />
+           <mxGeometry x="255" y="1080" width="80" height="30" as="geometry" />
        </mxCell>
        <mxCell id="WPPz5tLrH9mSIzY0fz3E-262" style="edgeStyle=orthogonalEdgeStyle;rounded=0;orthogonalLoop=1;jettySize=auto;html=1;entryX=0.5;entryY=0;entryDx=0;entryDy=0;" edge="1" parent="1" source="WPPz5tLrH9mSIzY0fz3E-258" target="WPPz5tLrH9mSIzY0fz3E-261">
          <mxGeometry relative="1" as="geometry" />
        </mxCell>
        <mxCell id="WPPz5tLrH9mSIzY0fz3E-258" value="依赖自选快递" style="rounded=0;whiteSpace=wrap;html=1;fillColor=#FFFFCC;strokeColor=#FFFFCC;fontStyle=1" vertex="1" parent="1">
-           <mxGeometry x="352.5" y="970" width="85" height="30" as="geometry" />
+           <mxGeometry x="352.5" y="1080" width="85" height="30" as="geometry" />
        </mxCell>
        <mxCell id="WPPz5tLrH9mSIzY0fz3E-261" value="&lt;font color=&quot;#ffffff&quot;&gt;使用虚拟小号&lt;/font&gt;" style="rhombus;whiteSpace=wrap;html=1;rounded=0;strokeColor=#FFCCCC;fillColor=#FF0000;fontStyle=1" vertex="1" parent="1">
-           <mxGeometry x="300" y="1050" width="92" height="45" as="geometry" />
+           <mxGeometry x="300" y="1160" width="92" height="45" as="geometry" />
        </mxCell>
        <mxCell id="WPPz5tLrH9mSIzY0fz3E-270" value="&lt;font color=&quot;#ff3333&quot;&gt;快递配送&lt;/font&gt;" style="shape=umlActor;verticalLabelPosition=bottom;verticalAlign=top;html=1;outlineConnect=0;fontStyle=1;strokeColor=#FF3333;" vertex="1" parent="1">
-           <mxGeometry x="192.5" y="1119" width="25" height="50" as="geometry" />
+           <mxGeometry x="170" y="1229" width="25" height="50" as="geometry" />
        </mxCell>
        <mxCell id="WPPz5tLrH9mSIzY0fz3E-276" style="edgeStyle=orthogonalEdgeStyle;rounded=0;orthogonalLoop=1;jettySize=auto;html=1;exitX=0.5;exitY=1;exitDx=0;exitDy=0;entryX=0.5;entryY=0;entryDx=0;entryDy=0;" edge="1" parent="1" source="WPPz5tLrH9mSIzY0fz3E-261" target="WPPz5tLrH9mSIzY0fz3E-139">
          <mxGeometry relative="1" as="geometry">
            <mxPoint x="356" y="1105" as="sourcePoint" />
            <mxPoint x="310" y="1139" as="targetPoint" />
          </mxGeometry>
        </mxCell>
        <mxCell id="WPPz5tLrH9mSIzY0fz3E-278" value="核心依赖【虚拟手机号】实现，除开发成本，每笔均会产生相关费用" style="text;html=1;strokeColor=none;fillColor=none;align=left;verticalAlign=middle;whiteSpace=wrap;rounded=0;fontStyle=0" vertex="1" parent="1">
          <mxGeometry x="10" y="370" width="135" height="30" as="geometry" />
        </mxCell>
        <mxCell id="WPPz5tLrH9mSIzY0fz3E-287" value="&lt;font color=&quot;#ff3333&quot;&gt;服务商需全面调研，逐一评估去标识可行性与解决方案&lt;/font&gt;" style="text;html=1;strokeColor=none;fillColor=none;align=center;verticalAlign=middle;whiteSpace=wrap;rounded=0;fontStyle=1" vertex="1" parent="1">
          <mxGeometry x="580" y="730" width="160" height="20" as="geometry" />
+         </mxCell>
+         <mxCell id="WPPz5tLrH9mSIzY0fz3E-293" style="edgeStyle=orthogonalEdgeStyle;rounded=0;orthogonalLoop=1;jettySize=auto;html=1;entryX=0.5;entryY=0;entryDx=0;entryDy=0;" edge="1" parent="1" source="WPPz5tLrH9mSIzY0fz3E-291" target="WPPz5tLrH9mSIzY0fz3E-258">
+           <mxGeometry relative="1" as="geometry" />
+         </mxCell>
+         <mxCell id="WPPz5tLrH9mSIzY0fz3E-296" style="edgeStyle=orthogonalEdgeStyle;rounded=0;orthogonalLoop=1;jettySize=auto;html=1;entryX=1;entryY=0.5;entryDx=0;entryDy=0;exitX=1;exitY=0.5;exitDx=0;exitDy=0;" edge="1" parent="1" source="WPPz5tLrH9mSIzY0fz3E-291" target="WPPz5tLrH9mSIzY0fz3E-258">
+           <mxGeometry relative="1" as="geometry">
+             <mxPoint x="480" y="1090" as="targetPoint" />
+           </mxGeometry>
+         </mxCell>
+         <mxCell id="WPPz5tLrH9mSIzY0fz3E-291" value="&lt;font color=&quot;#ffffff&quot;&gt;使用虚拟小号&lt;/font&gt;" style="rhombus;whiteSpace=wrap;html=1;rounded=0;strokeColor=#FFCCCC;fillColor=#FF0000;fontStyle=1" vertex="1" parent="1">
+           <mxGeometry x="349" y="980" width="92" height="45" as="geometry" />
+         </mxCell>
+         <mxCell id="WPPz5tLrH9mSIzY0fz3E-294" value="&lt;span style=&quot;color: rgb(255, 51, 51); font-family: Helvetica; font-size: 12px; font-style: normal; font-variant-ligatures: normal; font-variant-caps: normal; font-weight: 700; letter-spacing: normal; orphans: 2; text-align: center; text-indent: 0px; text-transform: none; widows: 2; word-spacing: 0px; -webkit-text-stroke-width: 0px; background-color: rgb(251, 251, 251); text-decoration-thickness: initial; text-decoration-style: initial; text-decoration-color: initial; float: none; display: inline !important;&quot;&gt;去标识传输&lt;/span&gt;" style="text;whiteSpace=wrap;html=1;" vertex="1" parent="1">
+           <mxGeometry x="255" y="992.5" width="70" height="20" as="geometry" />
+         </mxCell>
+         <mxCell id="WPPz5tLrH9mSIzY0fz3E-295" value="&lt;span style=&quot;color: rgb(255, 51, 51); font-family: Helvetica; font-size: 12px; font-style: normal; font-variant-ligatures: normal; font-variant-caps: normal; font-weight: 700; letter-spacing: normal; orphans: 2; text-align: center; text-indent: 0px; text-transform: none; widows: 2; word-spacing: 0px; -webkit-text-stroke-width: 0px; background-color: rgb(251, 251, 251); text-decoration-thickness: initial; text-decoration-style: initial; text-decoration-color: initial; float: none; display: inline !important;&quot;&gt;是，虚拟号发货&lt;/span&gt;" style="text;whiteSpace=wrap;html=1;" vertex="1" parent="1">
+           <mxGeometry x="356.25" y="1030" width="93.75" height="20" as="geometry" />
+         </mxCell>
+         <mxCell id="WPPz5tLrH9mSIzY0fz3E-297" value="是" style="text;html=1;strokeColor=none;fillColor=none;align=center;verticalAlign=middle;whiteSpace=wrap;rounded=0;fontStyle=0" vertex="1" parent="1">
+           <mxGeometry x="273.5" y="1209" width="83" height="20" as="geometry" />
+         </mxCell>
+         <mxCell id="WPPz5tLrH9mSIzY0fz3E-298" value="否" style="text;html=1;strokeColor=none;fillColor=none;align=center;verticalAlign=middle;whiteSpace=wrap;rounded=0;fontStyle=0" vertex="1" parent="1">
+           <mxGeometry x="335" y="1209" width="83" height="20" as="geometry" />
+         </mxCell>
+         <mxCell id="WPPz5tLrH9mSIzY0fz3E-299" value="&lt;span style=&quot;color: rgb(255, 51, 51); font-family: Helvetica; font-size: 12px; font-style: normal; font-variant-ligatures: normal; font-variant-caps: normal; font-weight: 700; letter-spacing: normal; orphans: 2; text-align: center; text-indent: 0px; text-transform: none; widows: 2; word-spacing: 0px; -webkit-text-stroke-width: 0px; background-color: rgb(251, 251, 251); text-decoration-thickness: initial; text-decoration-style: initial; text-decoration-color: initial; float: none; display: inline !important;&quot;&gt;否，真实信息发货&lt;/span&gt;" style="text;whiteSpace=wrap;html=1;" vertex="1" parent="1">
+           <mxGeometry x="464.38" y="1025" width="105.62" height="20" as="geometry" />
        </mxCell>
      </root>
    </mxGraphModel>
  </diagram>
</mxfile>
